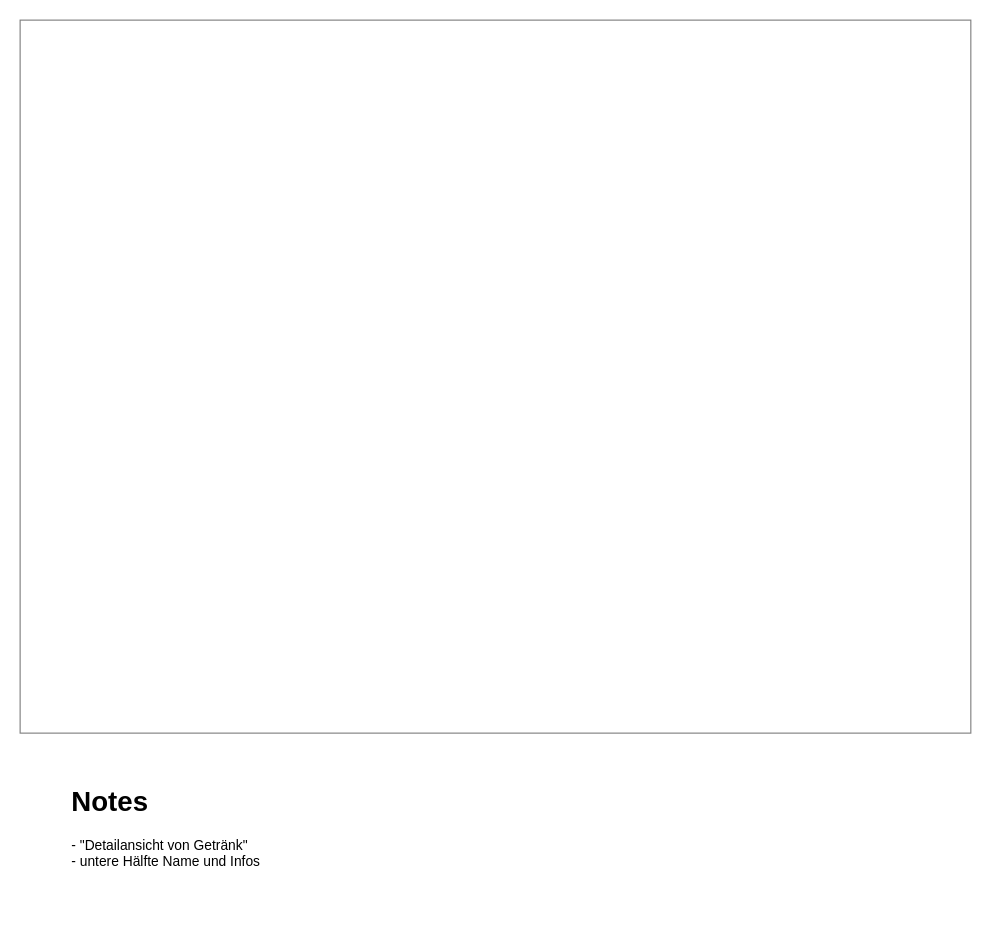
zauberwild/paamestia keeps this draw.io diagram as page "(cr) Rezeptauswahl Layout" (4 of 5) of doc/Pläne + Skizzen/Programmablauf.drawio. Above is the earlier version. Source tidied: cells renumbered, new cells numbered last; positions are measured from the earlier drawing's top-left corner, leaving out a move shared by most shapes. Both pictures are drawn from the tidied source at 115%, with x=0, y=0 at pixel (20, 20).
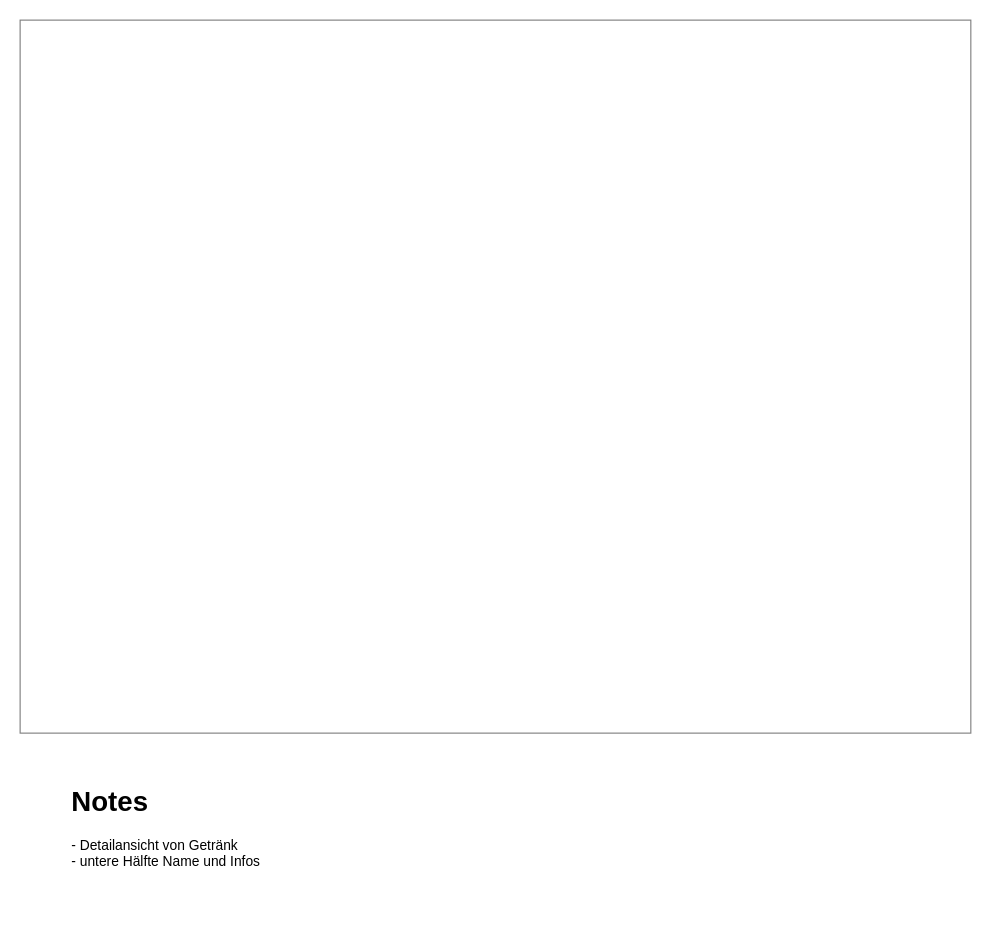
Above is the later version.

Diff of the diagram source:
```diff
@@
 <mxGraphModel>
   <root>
     <mxCell id="0" />
     <mxCell id="1" parent="0" />
     <mxCell id="2" style="rounded=0;whiteSpace=wrap;html=1;shadow=0;strokeColor=#808080;fillColor=none;" parent="1" vertex="1">
       <mxGeometry width="826.7" height="620" as="geometry" />
     </mxCell>
-    <mxCell id="3" value="&lt;h1&gt;Notes&lt;/h1&gt;&lt;div&gt;- &quot;Detailansicht von Getränk&quot;&lt;/div&gt;&lt;div&gt;- untere Hälfte Name und Infos&lt;/div&gt;" style="text;html=1;strokeColor=none;fillColor=none;spacing=5;spacingTop=-20;whiteSpace=wrap;overflow=hidden;rounded=0;shadow=0;" parent="1" vertex="1">
+    <mxCell id="3" value="&lt;h1&gt;Notes&lt;/h1&gt;&lt;div&gt;- Detailansicht von Getränk&lt;/div&gt;&lt;div&gt;- untere Hälfte Name und Infos&lt;/div&gt;" style="text;html=1;strokeColor=none;fillColor=none;spacing=5;spacingTop=-20;whiteSpace=wrap;overflow=hidden;rounded=0;shadow=0;" parent="1" vertex="1">
       <mxGeometry x="40" y="660" width="740" height="120" as="geometry" />
     </mxCell>
   </root>
 </mxGraphModel>
```
